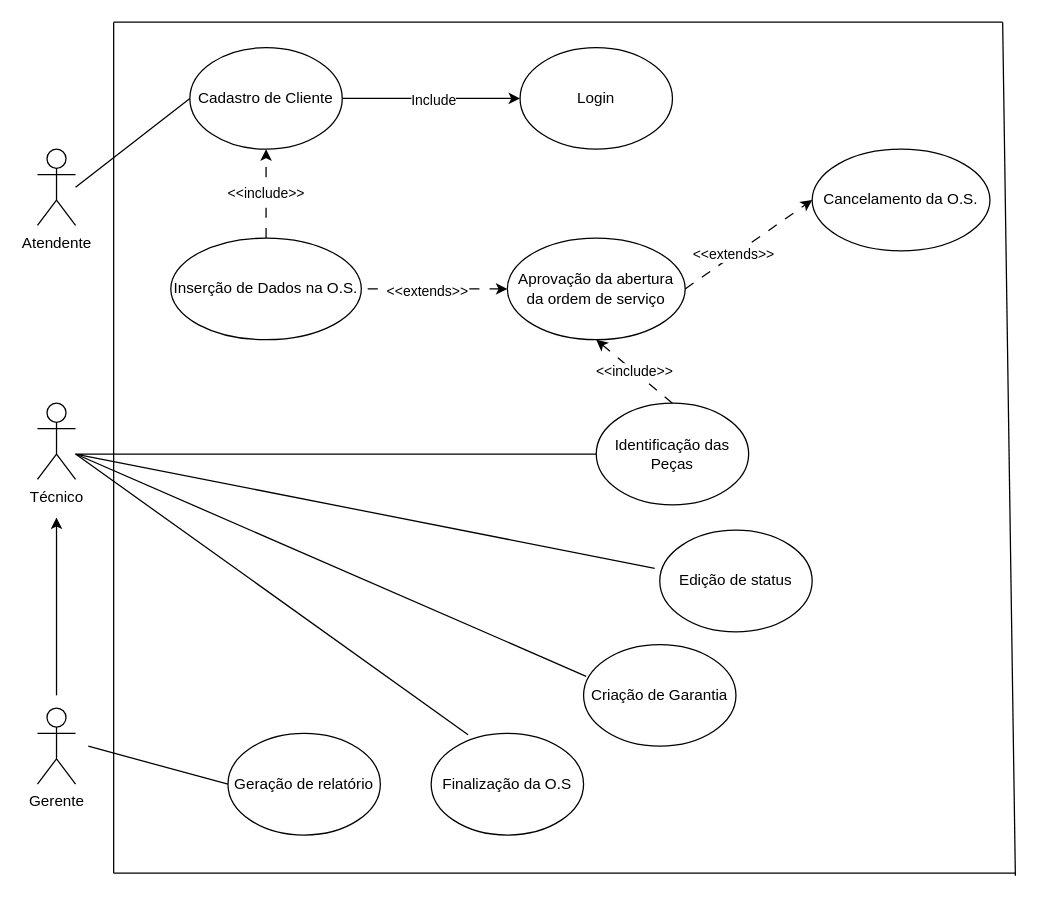
The draw.io diagram docs/InforraticaDiag.drawio in FelipeRotermel/Inforatica, before the edit. Source tidied: cells renumbered, new cells numbered last; positions are measured from the earlier drawing's top-left corner, leaving out a move shared by most shapes. Both pictures are drawn from the tidied source at 127%, with x=0, y=0 at pixel (37, 22).
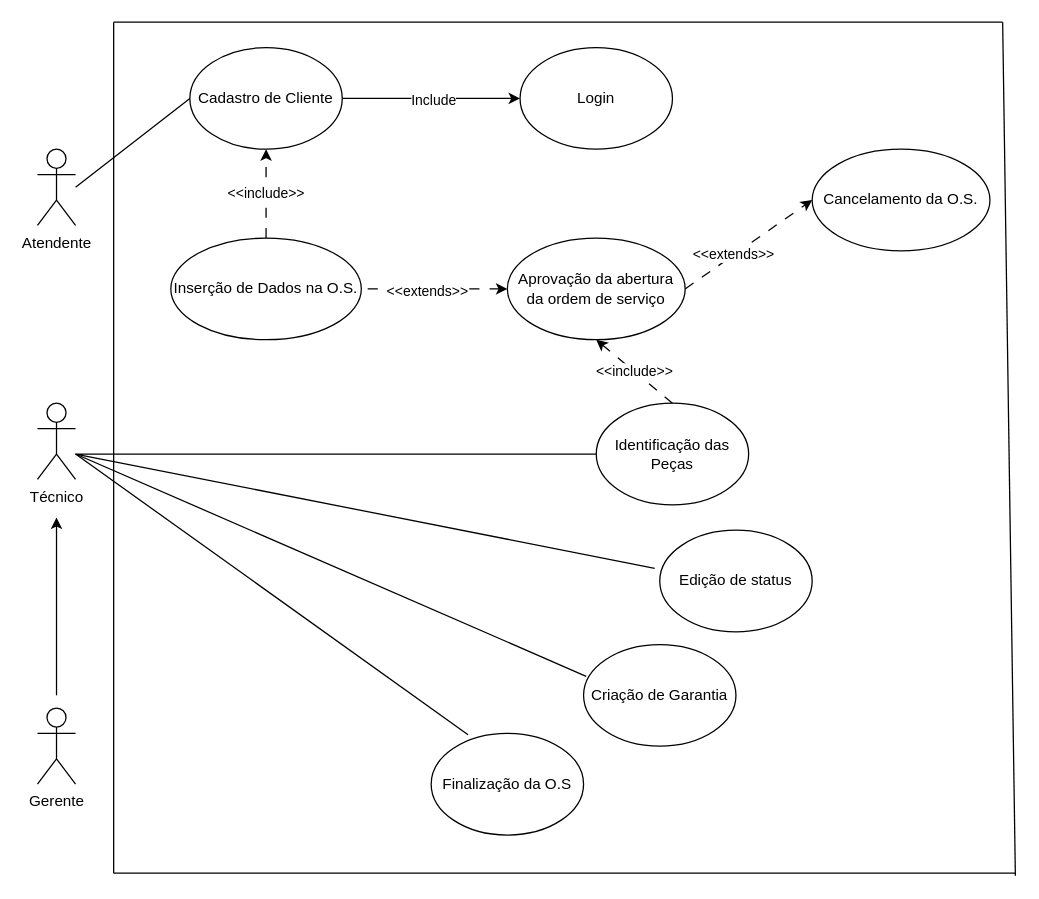
After the change.

The edit, as a diff of the source:
```diff
@@
-    <mxCell id="13" value="Geração de relatório" style="ellipse;whiteSpace=wrap;html=1;" parent="1" vertex="1">
-      <mxGeometry x="150" y="560" width="120" height="80" as="geometry" />
-    </mxCell>
@@
-    <mxCell id="27" style="endArrow=none;html=1;rounded=0;entryX=0;entryY=0.5;entryDx=0;entryDy=0;" parent="1" edge="1" target="13">
-      <mxGeometry relative="1" as="geometry">
-        <mxPoint x="40" y="570" as="sourcePoint" />
-      </mxGeometry>
-    </mxCell>
```
